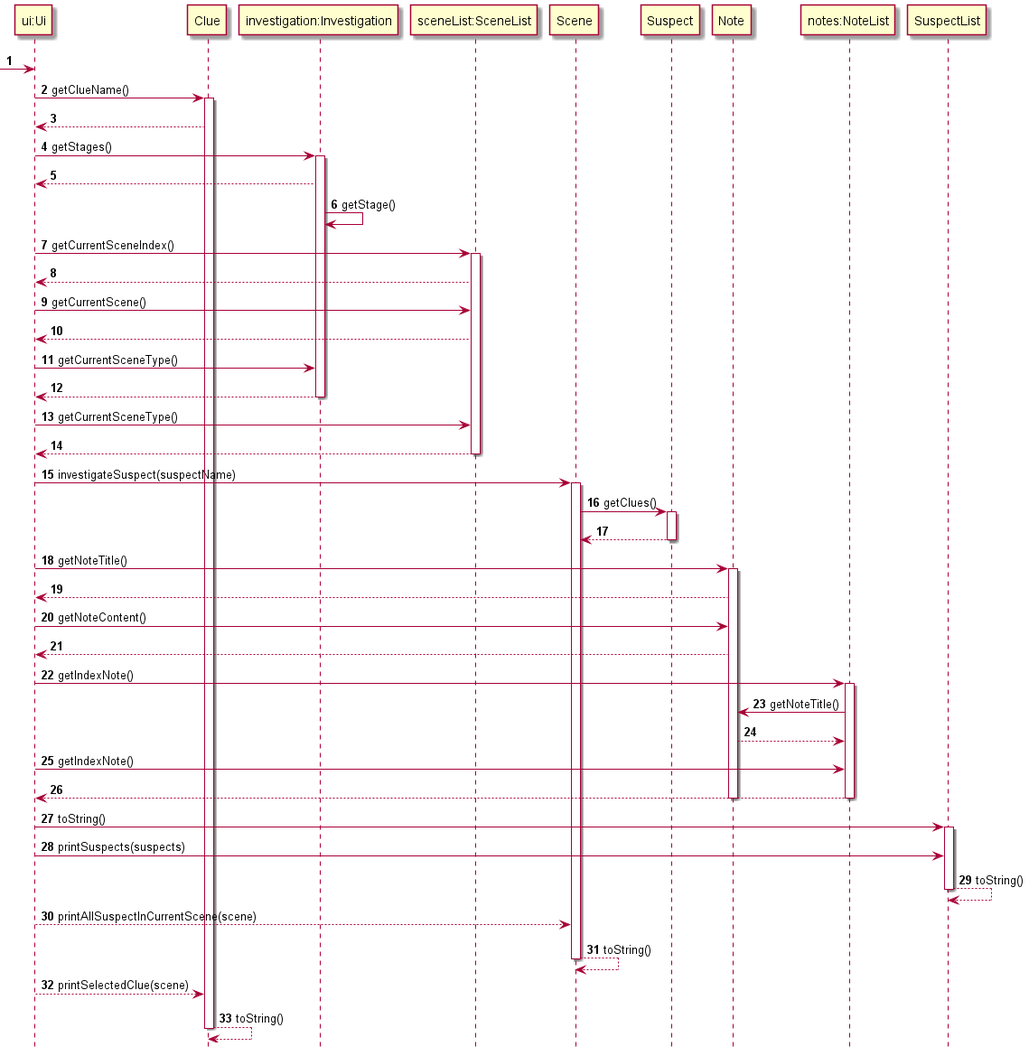
Before: docs/UiUML.png, a diagram exported from PlantUML (peng-217/tp).
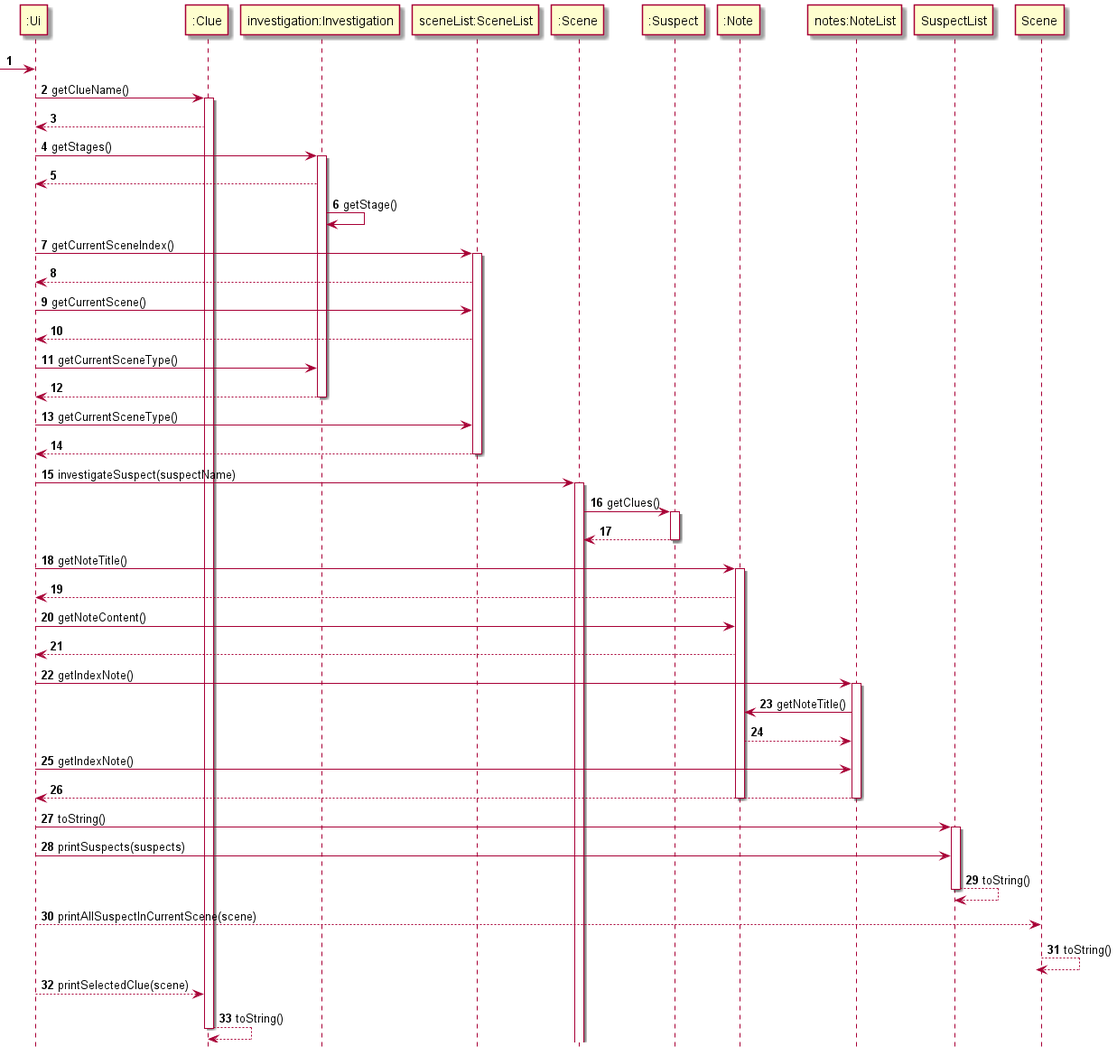
After the change.

Diff of the diagram source:
```diff
@@ -3,58 +3,58 @@
 autonumber
 hide footbox
 
- ->"ui:Ui":
-"ui:Ui" -> Clue:getClueName()
-activate Clue
-Clue --> "ui:Ui"
-"ui:Ui" -> "investigation:Investigation" : getStages()
+ ->":Ui":
+":Ui" -> ":Clue":getClueName()
+activate ":Clue"
+":Clue" --> ":Ui"
+":Ui" -> "investigation:Investigation" : getStages()
 activate "investigation:Investigation"
-"investigation:Investigation" --> "ui:Ui"
+"investigation:Investigation" --> ":Ui"
 "investigation:Investigation" -> "investigation:Investigation":getStage()
-"ui:Ui" -> "sceneList:SceneList":getCurrentSceneIndex()
+":Ui" -> "sceneList:SceneList":getCurrentSceneIndex()
 activate "sceneList:SceneList"
-"sceneList:SceneList" --> "ui:Ui"
-"ui:Ui" -> "sceneList:SceneList":getCurrentScene()
-"sceneList:SceneList" --> "ui:Ui"
-"ui:Ui" -> "investigation:Investigation":getCurrentSceneType()
+"sceneList:SceneList" --> ":Ui"
+":Ui" -> "sceneList:SceneList":getCurrentScene()
+"sceneList:SceneList" --> ":Ui"
+":Ui" -> "investigation:Investigation":getCurrentSceneType()
 
-"investigation:Investigation" --> "ui:Ui"
+"investigation:Investigation" --> ":Ui"
 deactivate "investigation:Investigation"
-"ui:Ui" -> "sceneList:SceneList":getCurrentSceneType()
-"sceneList:SceneList"-->"ui:Ui"
+":Ui" -> "sceneList:SceneList":getCurrentSceneType()
+"sceneList:SceneList"-->":Ui"
 deactivate "sceneList:SceneList"
-"ui:Ui" -> Scene:investigateSuspect(suspectName)
-activate Scene
-Scene -> Suspect:getClues()
-activate Suspect
-Suspect-->Scene
-deactivate Suspect
-"ui:Ui" -> Note: getNoteTitle()
-activate Note
-Note --> "ui:Ui"
-"ui:Ui"-> Note: getNoteContent()
-Note --> "ui:Ui"
-"ui:Ui" -> "notes:NoteList":getIndexNote()
+":Ui" -> ":Scene":investigateSuspect(suspectName)
+activate ":Scene"
+":Scene"-> ":Suspect":getClues()
+activate ":Suspect"
+":Suspect"-->":Scene"
+deactivate ":Suspect"
+":Ui" -> ":Note": getNoteTitle()
+activate ":Note"
+":Note"--> ":Ui"
+":Ui"-> ":Note": getNoteContent()
+":Note" --> ":Ui"
+":Ui" -> "notes:NoteList":getIndexNote()
 activate "notes:NoteList"
-"notes:NoteList" -> Note: getNoteTitle()
-Note --> "notes:NoteList"
-"ui:Ui" -> "notes:NoteList":getIndexNote()
-"notes:NoteList" --> "ui:Ui"
+"notes:NoteList" ->":Note": getNoteTitle()
+":Note" --> "notes:NoteList"
+":Ui" -> "notes:NoteList":getIndexNote()
+"notes:NoteList" --> ":Ui"
 
-deactivate Note
+deactivate ":Note"
 deactivate "notes:NoteList"
-"ui:Ui"-> SuspectList:toString()
+":Ui"-> SuspectList:toString()
 activate SuspectList
 
-"ui:Ui" -> SuspectList:printSuspects(suspects)
+":Ui" -> SuspectList:printSuspects(suspects)
 SuspectList --> SuspectList:toString()
 deactivate SuspectList
-"ui:Ui" --> Scene:printAllSuspectInCurrentScene(scene)
+":Ui" --> Scene:printAllSuspectInCurrentScene(scene)
 Scene --> Scene: toString()
 deactivate Scene
-"ui:Ui" --> Clue:printSelectedClue(scene)
-Clue --> Clue: toString()
-deactivate Clue
+":Ui" --> ":Clue":printSelectedClue(scene)
+":Clue" --> ":Clue": toString()
+deactivate ":Clue"
 
 
 
```
